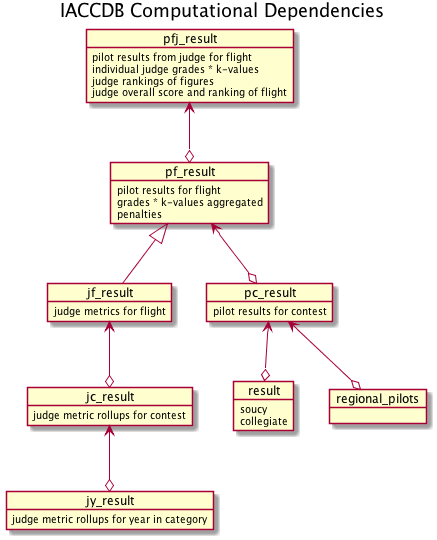
International-Aerobatic-Club/iaccdb keeps this PlantUML diagram as doc/computations.png. Above is the earlier version. Source of this version:
```plantuml
@startuml
title IACCDB Computational Dependencies
object pf_result {
  pilot results for flight
  grades * k-values aggregated
  penalties
}
object pfj_result {
  pilot results from judge for flight
  individual judge grades * k-values
  judge rankings of figures
  judge overall score and ranking of flight
}
object jf_result {
  judge metrics for flight
}
object jy_result {
  judge metric rollups for year in category
}
object jc_result {
  judge metric rollups for contest
}
object pc_result {
  pilot results for contest
}
object result {
  soucy
  collegiate
}
pf_result <|-- jf_result
pfj_result <--o pf_result
pf_result <--o pc_result
jf_result <--o jc_result
jc_result <--o jy_result
pc_result <--o result
pc_result <--o regional_pilots
@enduml
```
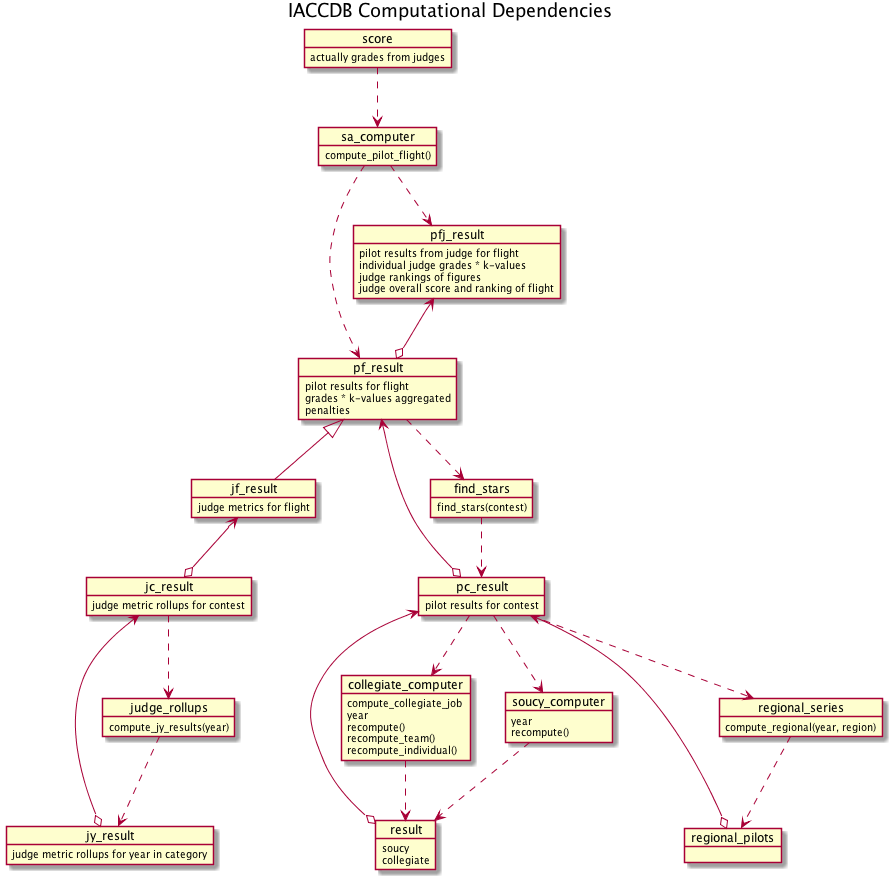
The same file after the commit.

Diff of the diagram source:
```diff
@@ -1,5 +1,8 @@
 @startuml
 title IACCDB Computational Dependencies
+object score {
+  actually grades from judges
+}
 object pf_result {
   pilot results for flight
   grades * k-values aggregated
@@ -27,6 +30,7 @@
   soucy
   collegiate
 }
+
 pf_result <|-- jf_result
 pfj_result <--o pf_result
 pf_result <--o pc_result
@@ -34,4 +38,49 @@
 jc_result <--o jy_result
 pc_result <--o result
 pc_result <--o regional_pilots
+
+object collegiate_computer {
+  compute_collegiate_job
+  year
+  recompute()
+  recompute_team()
+  recompute_individual()
+}
+pc_result ..> collegiate_computer
+collegiate_computer ..> result
+
+object find_stars {
+  find_stars(contest)
+}
+pf_result ..> find_stars
+find_stars ..> pc_result
+
+object judge_rollups {
+  compute_jy_results(year)
+}
+jc_result ..> judge_rollups
+judge_rollups ..> jy_result
+
+object regional_series {
+  compute_regional(year, region)
+}
+pc_result ..> regional_series
+regional_series ..> regional_pilots
+
+object sa_computer {
+  compute_pilot_flight()
+}
+score ..> sa_computer
+sa_computer ..> pfj_result
+sa_computer ..> pf_result
+
+object soucy_computer {
+  year
+  recompute()
+}
+pc_result ..> soucy_computer
+soucy_computer ..> result
+
+
+
 @enduml
```
